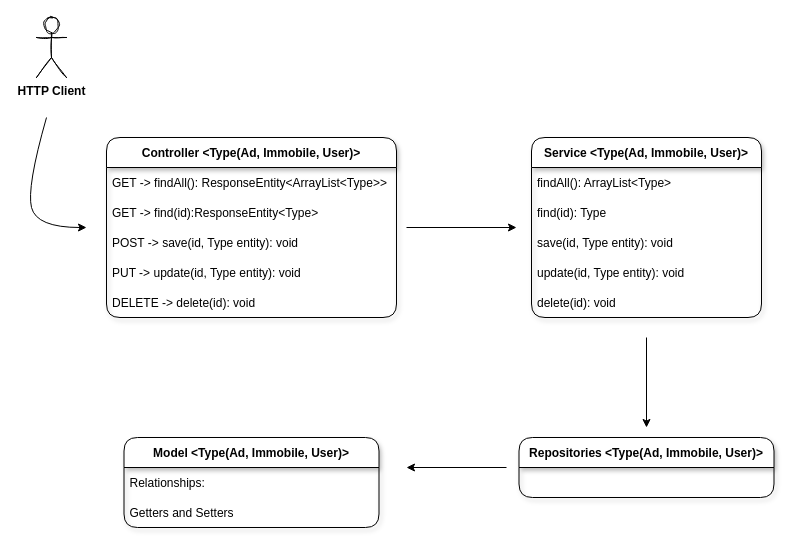
Above: docs/Diagrama de Classes/Fluxo.drawio in joaocarvoli/project-backendMandacaru (draw.io), before the change. Source tidied: cells renumbered, new cells numbered last; positions are measured from the earlier drawing's top-left corner, leaving out a move shared by most shapes. Both pictures are drawn from the tidied source at 100%, with x=0, y=0 at pixel (26, 17).
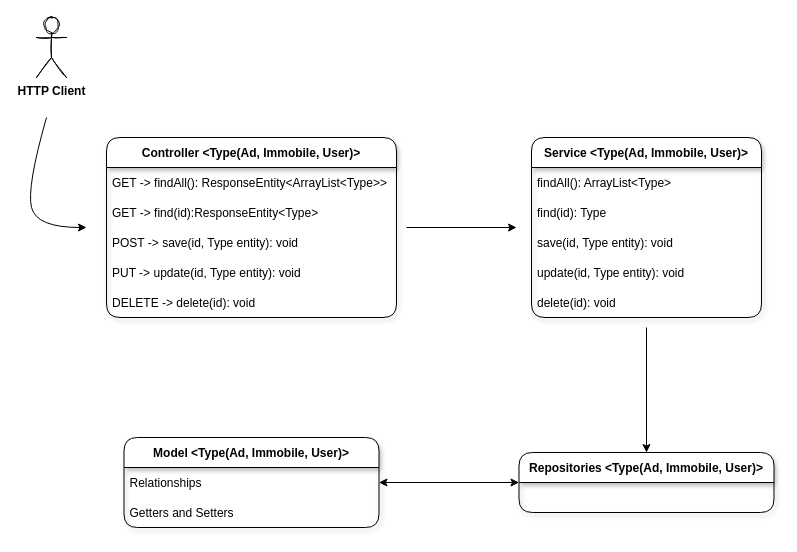
The same page after the edit.

Commit message (it also covers changes not shown here):
Atualizando o Diagrama de Classes/Fluxo.drawio

Unchanged cells that the change refers to:
```xml
<mxCell id="20" value="Model &lt;Type(Ad, Immobile, User)&gt;" style="swimlane;fontStyle=1;horizontal=1;startSize=30;sketch=0;shadow=1;rounded=1;" parent="1" vertex="1">
  <mxGeometry x="97.5" y="420" width="255" height="90" as="geometry" />
</mxCell>
```

What changed in the source:
```diff
@@
-    <mxCell id="17" style="endArrow=classic;html=1;rounded=0;" parent="1" edge="1">
-      <mxGeometry relative="1" as="geometry">
-        <mxPoint x="620" y="320" as="sourcePoint" />
-        <mxPoint x="620" y="410" as="targetPoint" />
-      </mxGeometry>
-    </mxCell>
     <mxCell id="18" value="Repositories &lt;Type(Ad, Immobile, User)&gt;" style="swimlane;fontStyle=1;horizontal=1;startSize=30;sketch=0;shadow=1;rounded=1;" parent="1" vertex="1">
-      <mxGeometry x="492.5" y="420" width="255" height="60" as="geometry" />
+      <mxGeometry x="492.5" y="435" width="255" height="60" as="geometry" />
     </mxCell>
-    <mxCell id="19" style="endArrow=classic;html=1;rounded=0;" parent="1" edge="1">
+    <mxCell id="19" style="endArrow=classic;html=1;rounded=0;entryX=0.5;entryY=0;entryDx=0;entryDy=0;" parent="1" edge="1" target="18">
       <mxGeometry relative="1" as="geometry">
-        <mxPoint x="480" y="450" as="sourcePoint" />
-        <mxPoint x="380" y="450" as="targetPoint" />
+        <mxPoint x="620" y="310" as="sourcePoint" />
       </mxGeometry>
     </mxCell>
@@
-    <mxCell id="21" value="Relationships:" style="text;strokeColor=none;fillColor=none;align=left;verticalAlign=middle;spacingLeft=4;spacingRight=4;overflow=hidden;points=[[0,0.5],[1,0.5]];portConstraint=eastwest;sketch=0;shadow=1;rounded=1;" parent="20" vertex="1">
+    <mxCell id="21" value="Relationships" style="text;strokeColor=none;fillColor=none;align=left;verticalAlign=middle;spacingLeft=4;spacingRight=4;overflow=hidden;points=[[0,0.5],[1,0.5]];portConstraint=eastwest;sketch=0;shadow=1;rounded=1;" parent="20" vertex="1">
       <mxGeometry y="30" width="255" height="30" as="geometry" />
     </mxCell>
@@
+    <mxCell id="23" style="endArrow=classic;startArrow=classic;html=1;rounded=0;exitX=0;exitY=0.5;exitDx=0;exitDy=0;entryX=1;entryY=0.5;entryDx=0;entryDy=0;" parent="1" edge="1" source="18" target="21">
+      <mxGeometry relative="1" as="geometry" />
+    </mxCell>
```
